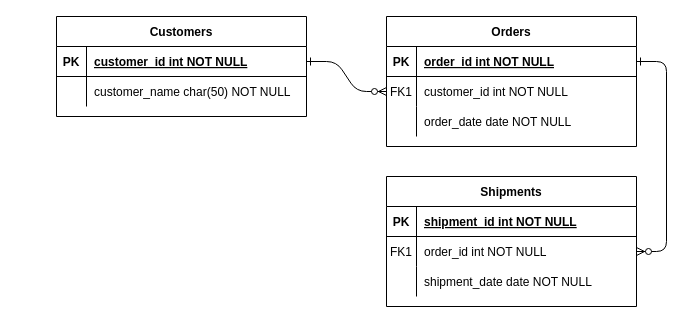
Before: 名称未設定ファイル.drawio in umazkym/tech0-Step3-38.5, a draw.io diagram. Source tidied: cells renumbered, new cells numbered last; positions are measured from the earlier drawing's top-left corner, leaving out a move shared by most shapes. Both pictures are drawn from the tidied source at 100%, with x=0, y=0 at pixel (56, 16).
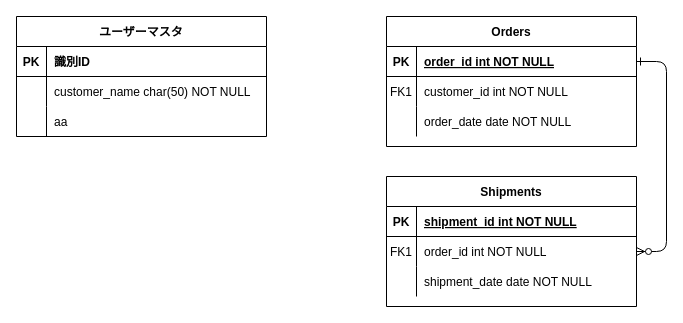
After the change.

Commit message:
Links_ER図

Unchanged cells that the change refers to:
```xml
<mxCell id="8" style="shape=partialRectangle;fillColor=none;points=[[0,0.5],[1,0.5]];portConstraint=eastwest;top=0;left=0;right=0;bottom=0;" parent="4" vertex="1">
  <mxGeometry y="60" width="250" height="30" as="geometry" />
</mxCell>
<mxCell id="25" style="shape=partialRectangle;fillColor=none;points=[[0,0.5],[1,0.5]];portConstraint=eastwest;top=0;left=0;right=0;bottom=1;" parent="24" vertex="1">
  <mxGeometry y="30" width="250" height="30" as="geometry" />
</mxCell>
```

What changed in the source:
```diff
@@
-    <mxCell id="2" style="edgeStyle=entityRelationEdgeStyle;endArrow=ERzeroToMany;startArrow=ERone;endFill=1;startFill=0;" parent="1" edge="1" source="25" target="8">
-      <mxGeometry relative="1" as="geometry" />
-    </mxCell>
@@
-    <mxCell id="24" value="Customers" style="shape=table;startSize=30;childLayout=tableLayout;rowLines=0;fontStyle=1;align=center;" parent="1" vertex="1">
-      <mxGeometry width="250" height="100" as="geometry" />
+    <mxCell id="24" value="ユーザーマスタ" style="shape=table;startSize=30;childLayout=tableLayout;rowLines=0;fontStyle=1;align=center;" parent="1" vertex="1">
+      <mxGeometry x="-40" width="250" height="120" as="geometry" />
     </mxCell>
@@
-    <mxCell id="27" value="customer_id int NOT NULL " style="shape=partialRectangle;overflow=hidden;fillColor=none;top=0;left=0;bottom=0;right=0;align=left;spacingLeft=6;fontStyle=5;" parent="25" vertex="1">
+    <mxCell id="27" value="識別ID" style="shape=partialRectangle;overflow=hidden;fillColor=none;top=0;left=0;bottom=0;right=0;align=left;spacingLeft=6;fontStyle=1;" parent="25" vertex="1">
       <mxGeometry x="30" width="220" height="30" as="geometry" />
     </mxCell>
@@
+    <mxCell id="31" style="shape=partialRectangle;fillColor=none;top=0;left=0;right=0;bottom=0;" parent="24" vertex="1">
+      <mxGeometry y="90" width="250" height="30" as="geometry" />
+    </mxCell>
+    <mxCell id="32" style="shape=partialRectangle;overflow=hidden;fillColor=none;top=0;left=0;bottom=0;right=0;" parent="31" vertex="1">
+      <mxGeometry width="30" height="30" as="geometry" />
+    </mxCell>
+    <mxCell id="33" value="aa" style="shape=partialRectangle;overflow=hidden;fillColor=none;top=0;left=0;bottom=0;right=0;align=left;spacingLeft=6;" parent="31" vertex="1">
+      <mxGeometry x="30" width="220" height="30" as="geometry" />
+    </mxCell>
```
